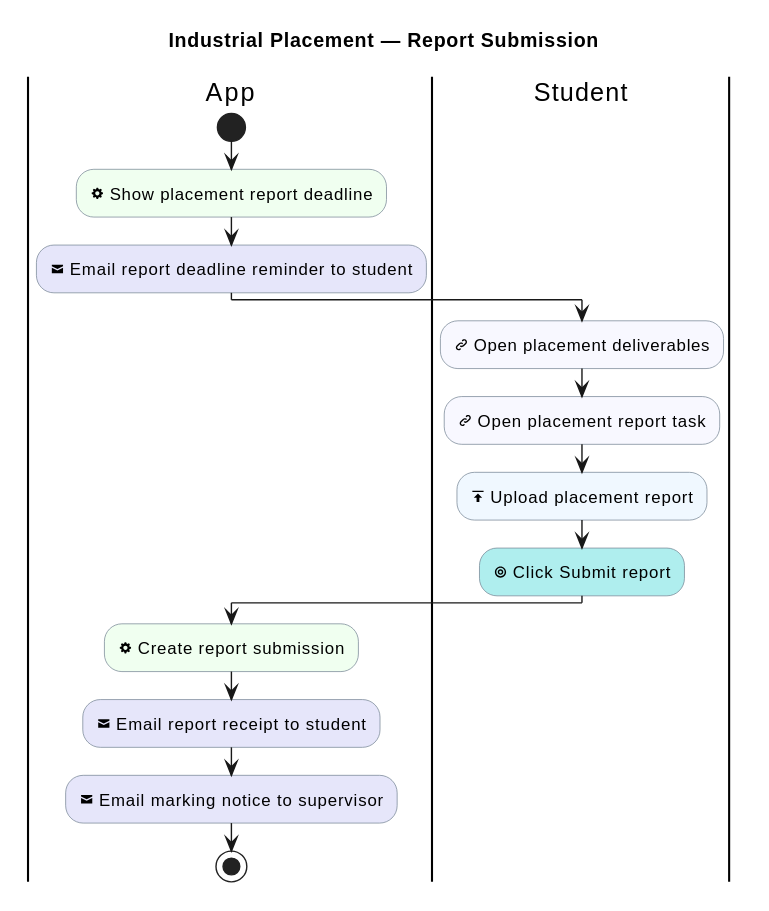
Before: industrial-placement-group-project/diagrams/industrial-placement/report-submission.svg, a diagram exported from PlantUML (sdflkjssl/sdflkjssl.github.io).
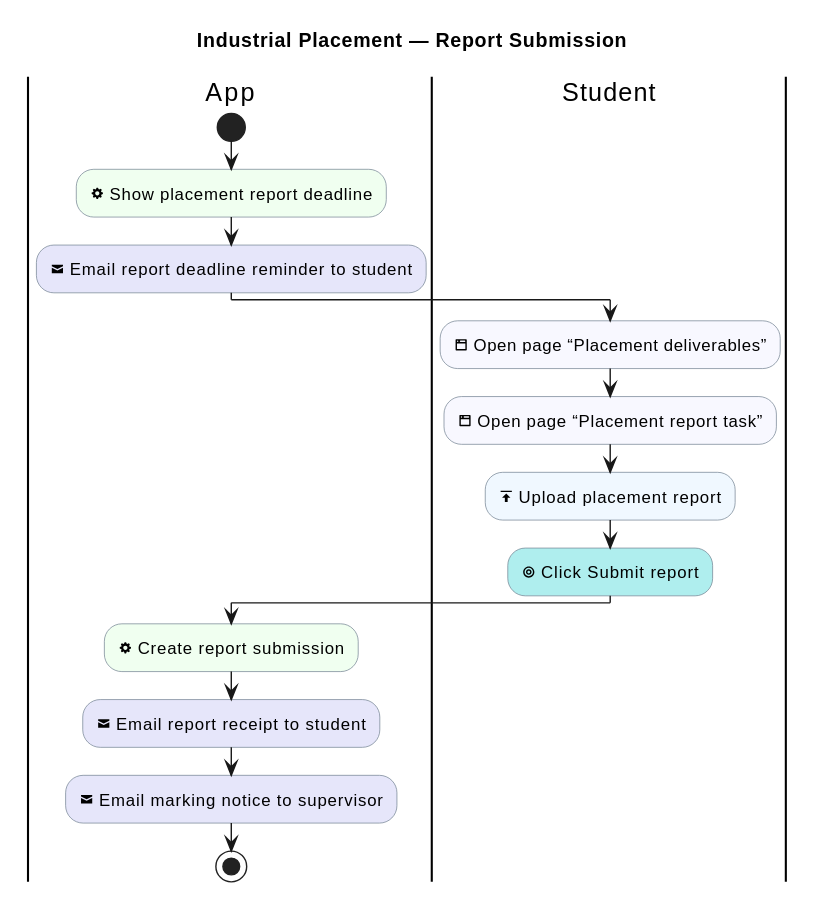
After the change.

Diff of the diagram source:
```diff
@@ -15,8 +15,8 @@
 :<&cog> Show placement report deadline; <<#HoneyDew>>
 :<&envelope-closed> Email report deadline reminder to student; <<#Lavender>>
 |Student|
-:<&link-intact> Open placement deliverables; <<#GhostWhite>>
-:<&link-intact> Open placement report task; <<#GhostWhite>>
+:<&browser> Open page “Placement deliverables”; <<#GhostWhite>>
+:<&browser> Open page “Placement report task”; <<#GhostWhite>>
 :<&data-transfer-upload> Upload placement report; <<#AliceBlue>>
 :<&target> Click Submit report; <<#PaleTurquoise>>
 |App|
```
